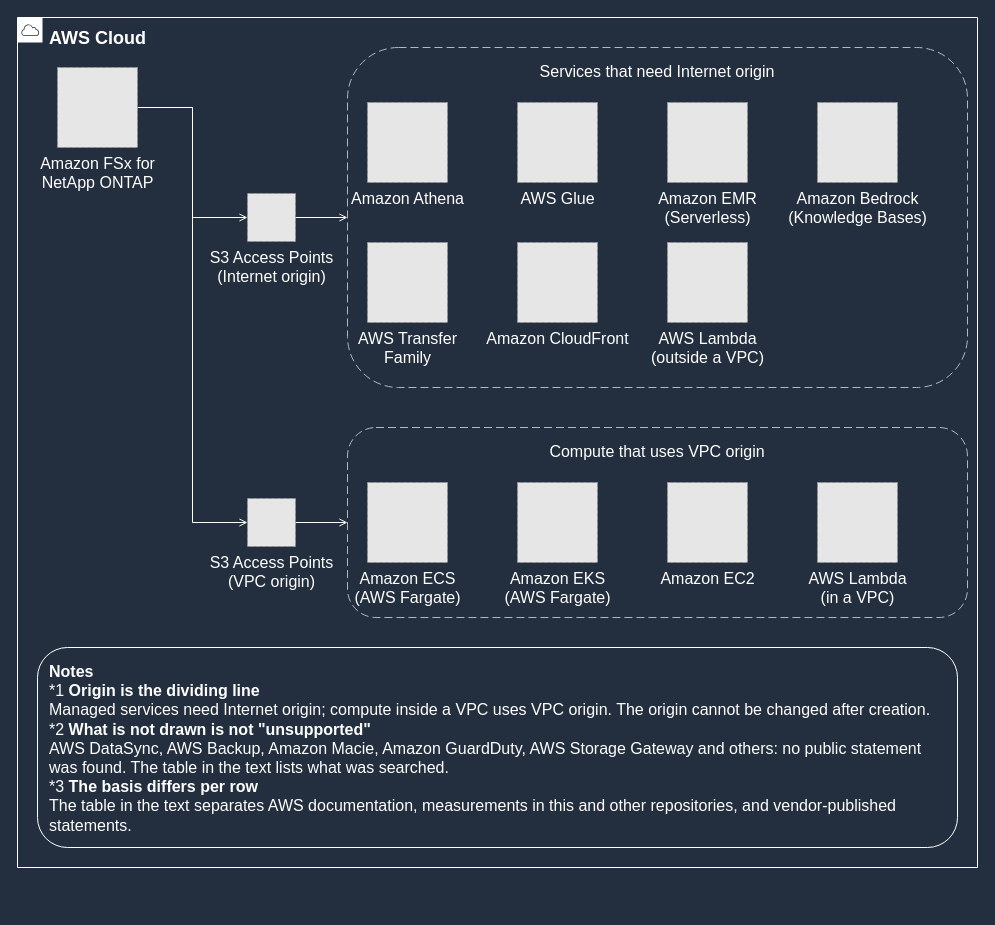
This is docs/_assets/diagrams/s3ap-consumer-map-en-dark.drawio from Yoshiki0705/FSx-for-ONTAP-Container-Datastore-Patterns, a draw.io file, before an edit. Source tidied: cells renumbered, new cells numbered last; positions are measured from the earlier drawing's top-left corner, leaving out a move shared by most shapes. Both pictures are drawn from the tidied source at 100%, with x=0, y=0 at pixel (17, 17). Pictures stored in the file or linked from it are replaced by grey dashed boxes.
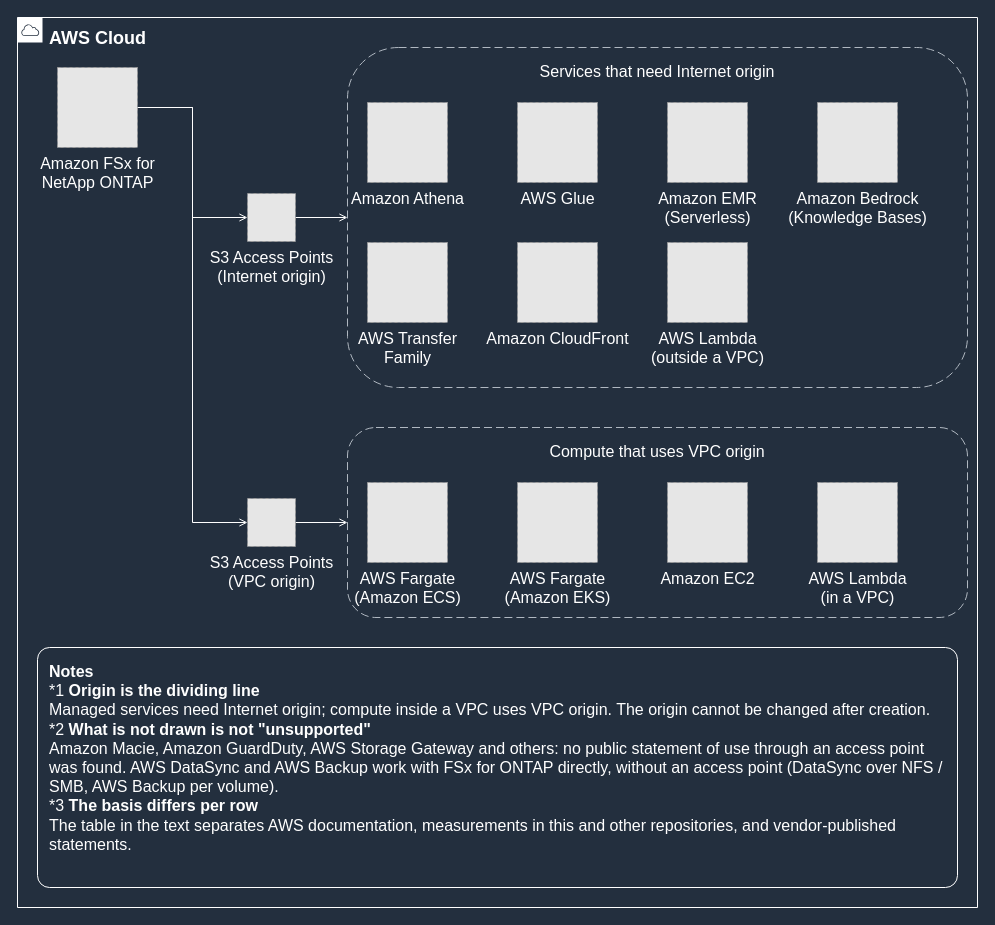
The same diagram, later.

Diff of the diagram source:
```diff
@@
     <mxCell id="6" value="AWS Cloud" style="gradientColor=none;html=1;whiteSpace=wrap;fontSize=18;fontStyle=1;fontColor=#FFFFFF;shape=mxgraph.aws4.group;grIcon=mxgraph.aws4.group_aws_cloud;strokeColor=#FFFFFF;fillColor=none;verticalAlign=top;align=left;spacingLeft=30;spacingTop=4;dashed=0;labelBackgroundColor=#232F3E;" parent="1" vertex="1">
-      <mxGeometry width="960" height="850" as="geometry" />
+      <mxGeometry width="960" height="890" as="geometry" />
     </mxCell>
@@
-    <mxCell id="9" value="&lt;b&gt;Notes&lt;/b&gt;&lt;br&gt;*1 &lt;b&gt;Origin is the dividing line&lt;/b&gt;&lt;br&gt;Managed services need Internet origin; compute inside a VPC uses VPC origin. The origin cannot be changed after creation.&lt;br&gt;*2 &lt;b&gt;What is not drawn is not &quot;unsupported&quot;&lt;/b&gt;&lt;br&gt;AWS DataSync, AWS Backup, Amazon Macie, Amazon GuardDuty, AWS Storage Gateway and others: no public statement was found. The table in the text lists what was searched.&lt;br&gt;*3 &lt;b&gt;The basis differs per row&lt;/b&gt;&lt;br&gt;The table in the text separates AWS documentation, measurements in this and other repositories, and vendor-published statements." style="rounded=1;whiteSpace=wrap;html=1;strokeColor=#FFFFFF;fillColor=none;fontColor=#FFFFFF;fontSize=16;verticalAlign=top;align=left;spacingLeft=10;spacingRight=10;spacingTop=8;" parent="1" vertex="1">
-      <mxGeometry x="20" y="630" width="920" height="200" as="geometry" />
+    <mxCell id="9" value="&lt;b&gt;Notes&lt;/b&gt;&lt;br&gt;*1 &lt;b&gt;Origin is the dividing line&lt;/b&gt;&lt;br&gt;Managed services need Internet origin; compute inside a VPC uses VPC origin. The origin cannot be changed after creation.&lt;br&gt;*2 &lt;b&gt;What is not drawn is not &quot;unsupported&quot;&lt;/b&gt;&lt;br&gt;Amazon Macie, Amazon GuardDuty, AWS Storage Gateway and others: no public statement of use through an access point was found. AWS DataSync and AWS Backup work with FSx for ONTAP directly, without an access point (DataSync over NFS / SMB, AWS Backup per volume).&lt;br&gt;*3 &lt;b&gt;The basis differs per row&lt;/b&gt;&lt;br&gt;The table in the text separates AWS documentation, measurements in this and other repositories, and vendor-published statements." style="rounded=1;absoluteArcSize=1;arcSize=24;whiteSpace=wrap;html=1;strokeColor=#FFFFFF;fillColor=none;fontColor=#FFFFFF;fontSize=16;verticalAlign=top;align=left;spacingLeft=10;spacingRight=10;spacingTop=8;" parent="1" vertex="1">
+      <mxGeometry x="20" y="630" width="920" height="240" as="geometry" />
     </mxCell>
@@
-    <mxCell id="20" value="Amazon ECS&lt;br&gt;(AWS Fargate)" style="fillColor=#E6E6E6;strokeColor=#999999;dashed=1;html=1;verticalLabelPosition=bottom;verticalAlign=top;labelPosition=center;align=center;fontSize=16;fontColor=#FFFFFF;" parent="1" vertex="1">
+    <mxCell id="20" value="AWS Fargate&lt;br&gt;(Amazon ECS)" style="fillColor=#E6E6E6;strokeColor=#999999;dashed=1;html=1;verticalLabelPosition=bottom;verticalAlign=top;labelPosition=center;align=center;fontSize=16;fontColor=#FFFFFF;" parent="1" vertex="1">
       <mxGeometry x="350" y="465" width="80" height="80" as="geometry" />
     </mxCell>
-    <mxCell id="21" value="Amazon EKS&lt;br&gt;(AWS Fargate)" style="fillColor=#E6E6E6;strokeColor=#999999;dashed=1;html=1;verticalLabelPosition=bottom;verticalAlign=top;labelPosition=center;align=center;fontSize=16;fontColor=#FFFFFF;" parent="1" vertex="1">
+    <mxCell id="21" value="AWS Fargate&lt;br&gt;(Amazon EKS)" style="fillColor=#E6E6E6;strokeColor=#999999;dashed=1;html=1;verticalLabelPosition=bottom;verticalAlign=top;labelPosition=center;align=center;fontSize=16;fontColor=#FFFFFF;" parent="1" vertex="1">
       <mxGeometry x="500" y="465" width="80" height="80" as="geometry" />
     </mxCell>
```
